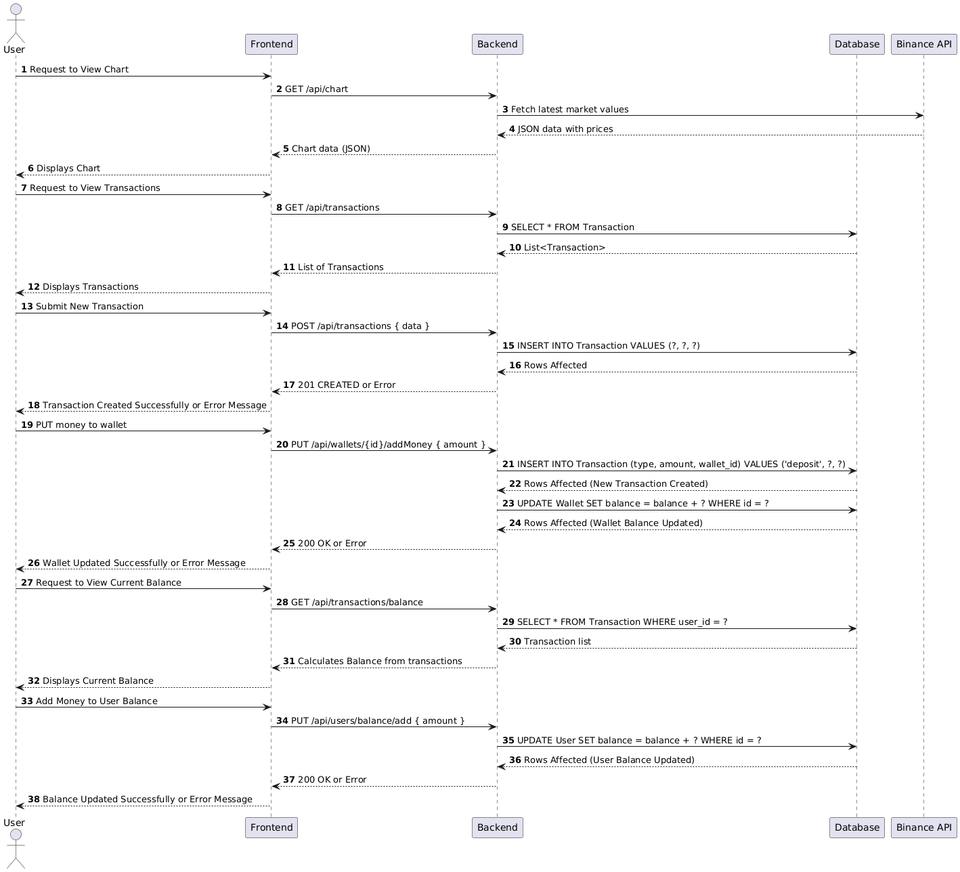
bilusss/TradingSignalApp keeps this PlantUML diagram as Documentation/MainSequence.png. Above is the earlier version. Its diagram source:
```plantuml
@startuml
autonumber

actor User as User
participant "Frontend" as Frontend
participant "Backend" as Backend
participant "Database" as DB
participant "Binance API" as BinanceAPI

User -> Frontend : Request to View Chart
Frontend -> Backend : GET /api/chart
Backend -> BinanceAPI : Fetch latest market values
BinanceAPI --> Backend : JSON data with prices
Backend --> Frontend : Chart data (JSON)
Frontend --> User : Displays Chart

User -> Frontend : Request to View Transactions
Frontend -> Backend : GET /api/transactions
Backend -> DB : SELECT * FROM Transaction
DB --> Backend : List<Transaction>
Backend --> Frontend : List of Transactions
Frontend --> User : Displays Transactions

User -> Frontend : Submit New Transaction
Frontend -> Backend : POST /api/transactions { data }
Backend -> DB : INSERT INTO Transaction VALUES (?, ?, ?)
DB --> Backend : Rows Affected
Backend --> Frontend : 201 CREATED or Error
Frontend --> User : Transaction Created Successfully or Error Message

User -> Frontend : PUT money to wallet
Frontend -> Backend : PUT /api/wallets/{id}/addMoney { amount }
Backend -> DB : INSERT INTO Transaction (type, amount, wallet_id) VALUES ('deposit', ?, ?)
DB --> Backend : Rows Affected (New Transaction Created)
Backend -> DB : UPDATE Wallet SET balance = balance + ? WHERE id = ?
DB --> Backend : Rows Affected (Wallet Balance Updated)
Backend --> Frontend : 200 OK or Error
Frontend --> User : Wallet Updated Successfully or Error Message

User -> Frontend : Request to View Current Balance
Frontend -> Backend : GET /api/transactions/balance
Backend -> DB : SELECT * FROM Transaction WHERE user_id = ?
DB --> Backend : Transaction list
Backend --> Frontend : Calculates Balance from transactions
Frontend --> User : Displays Current Balance

User -> Frontend : Add Money to User Balance
Frontend -> Backend : PUT /api/users/balance/add { amount }
Backend -> DB : UPDATE User SET balance = balance + ? WHERE id = ?
DB --> Backend : Rows Affected (User Balance Updated)
Backend --> Frontend : 200 OK or Error
Frontend --> User : Balance Updated Successfully or Error Message
@enduml
```
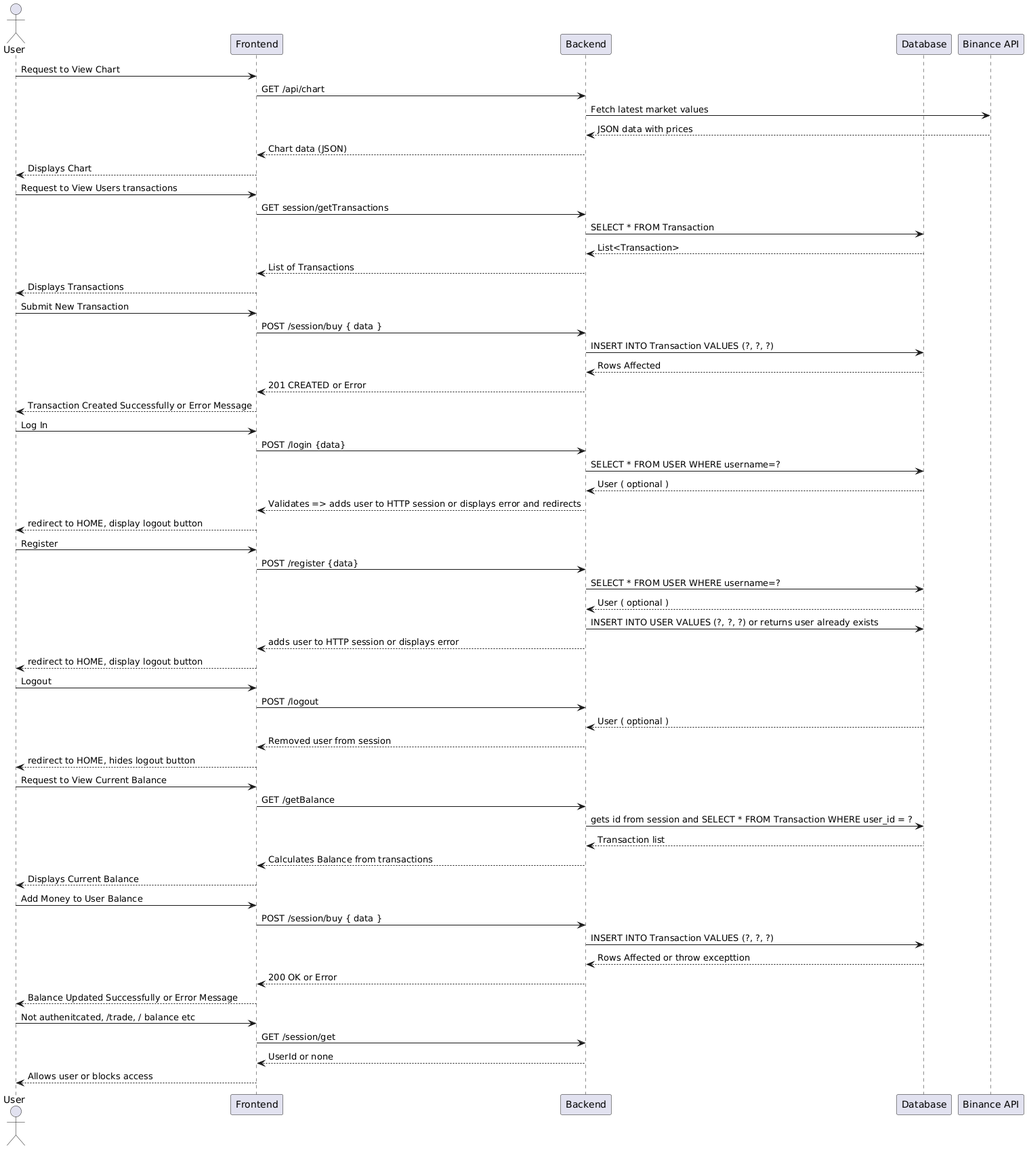
The same file after the commit.

Diff of the diagram source:
```diff
@@ -1,11 +1,9 @@
 @startuml
-autonumber
-
-actor User as User
-participant "Frontend" as Frontend
-participant "Backend" as Backend
-participant "Database" as DB
-participant "Binance API" as BinanceAPI
+actor User
+participant Frontend
+participant Backend
+participant Database
+participant BinanceAPI as "Binance API"
 
 User -> Frontend : Request to View Chart
 Frontend -> Backend : GET /api/chart
@@ -14,40 +12,58 @@
 Backend --> Frontend : Chart data (JSON)
 Frontend --> User : Displays Chart
 
-User -> Frontend : Request to View Transactions
-Frontend -> Backend : GET /api/transactions
-Backend -> DB : SELECT * FROM Transaction
-DB --> Backend : List<Transaction>
+User -> Frontend : Request to View Users transactions
+Frontend -> Backend : GET session/getTransactions
+Backend -> Database : SELECT * FROM Transaction
+Database --> Backend : List<Transaction>
 Backend --> Frontend : List of Transactions
 Frontend --> User : Displays Transactions
 
 User -> Frontend : Submit New Transaction
-Frontend -> Backend : POST /api/transactions { data }
-Backend -> DB : INSERT INTO Transaction VALUES (?, ?, ?)
-DB --> Backend : Rows Affected
+Frontend -> Backend : POST /session/buy { data }
+Backend -> Database : INSERT INTO Transaction VALUES (?, ?, ?)
+Database --> Backend : Rows Affected
 Backend --> Frontend : 201 CREATED or Error
 Frontend --> User : Transaction Created Successfully or Error Message
 
-User -> Frontend : PUT money to wallet
-Frontend -> Backend : PUT /api/wallets/{id}/addMoney { amount }
-Backend -> DB : INSERT INTO Transaction (type, amount, wallet_id) VALUES ('deposit', ?, ?)
-DB --> Backend : Rows Affected (New Transaction Created)
-Backend -> DB : UPDATE Wallet SET balance = balance + ? WHERE id = ?
-DB --> Backend : Rows Affected (Wallet Balance Updated)
-Backend --> Frontend : 200 OK or Error
-Frontend --> User : Wallet Updated Successfully or Error Message
+User -> Frontend : Log In
+Frontend -> Backend : POST /login {data}
+Backend -> Database : SELECT * FROM USER WHERE username=?
+Database --> Backend : User ( optional )
+Backend --> Frontend : Validates => adds user to HTTP session or displays error and redirects
+Frontend --> User : redirect to HOME, display logout button
+
+User -> Frontend : Register
+Frontend -> Backend : POST /register {data}
+Backend -> Database : SELECT * FROM USER WHERE username=?
+Database --> Backend : User ( optional )
+Backend -> Database : INSERT INTO USER VALUES (?, ?, ?) or returns user already exists
+Backend --> Frontend : adds user to HTTP session or displays error
+Frontend --> User : redirect to HOME, display logout button
+
+
+User -> Frontend : Logout
+Frontend -> Backend : POST /logout
+Database --> Backend : User ( optional )
+Backend --> Frontend : Removed user from session
+Frontend --> User : redirect to HOME, hides logout button
 
 User -> Frontend : Request to View Current Balance
-Frontend -> Backend : GET /api/transactions/balance
-Backend -> DB : SELECT * FROM Transaction WHERE user_id = ?
-DB --> Backend : Transaction list
+Frontend -> Backend : GET /getBalance
+Backend -> Database : gets id from session and SELECT * FROM Transaction WHERE user_id = ?
+Database --> Backend : Transaction list
 Backend --> Frontend : Calculates Balance from transactions
 Frontend --> User : Displays Current Balance
 
 User -> Frontend : Add Money to User Balance
-Frontend -> Backend : PUT /api/users/balance/add { amount }
-Backend -> DB : UPDATE User SET balance = balance + ? WHERE id = ?
-DB --> Backend : Rows Affected (User Balance Updated)
+Frontend -> Backend : POST /session/buy { data }
+Backend -> Database : INSERT INTO Transaction VALUES (?, ?, ?)
+Database --> Backend : Rows Affected or throw excepttion
 Backend --> Frontend : 200 OK or Error
 Frontend --> User : Balance Updated Successfully or Error Message
+
+User -> Frontend : Not authenitcated, /trade, / balance etc
+Frontend -> Backend : GET /session/get
+Backend --> Frontend : UserId or none
+Frontend --> User : Allows user or blocks access
 @enduml
```
